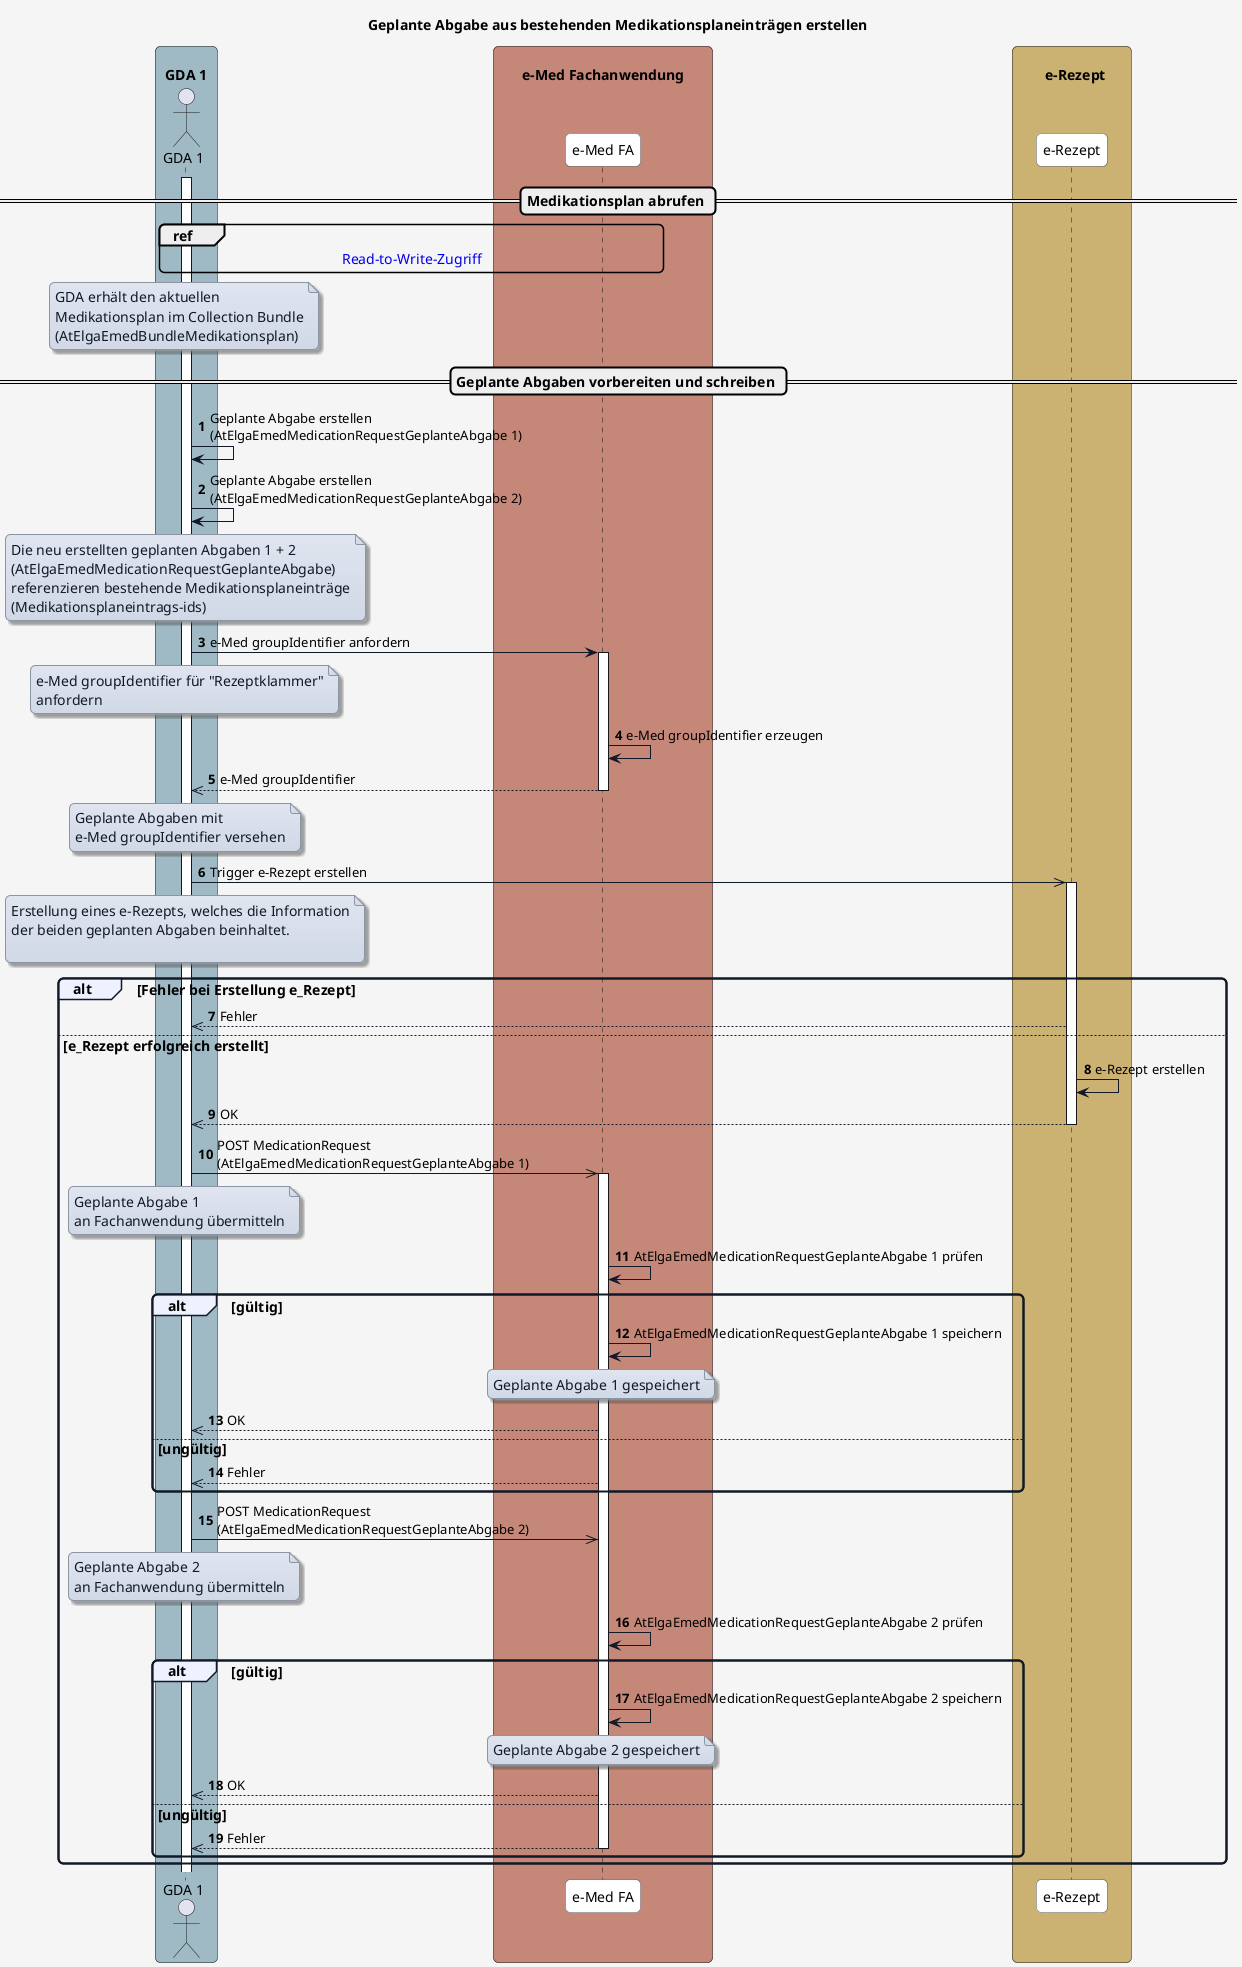
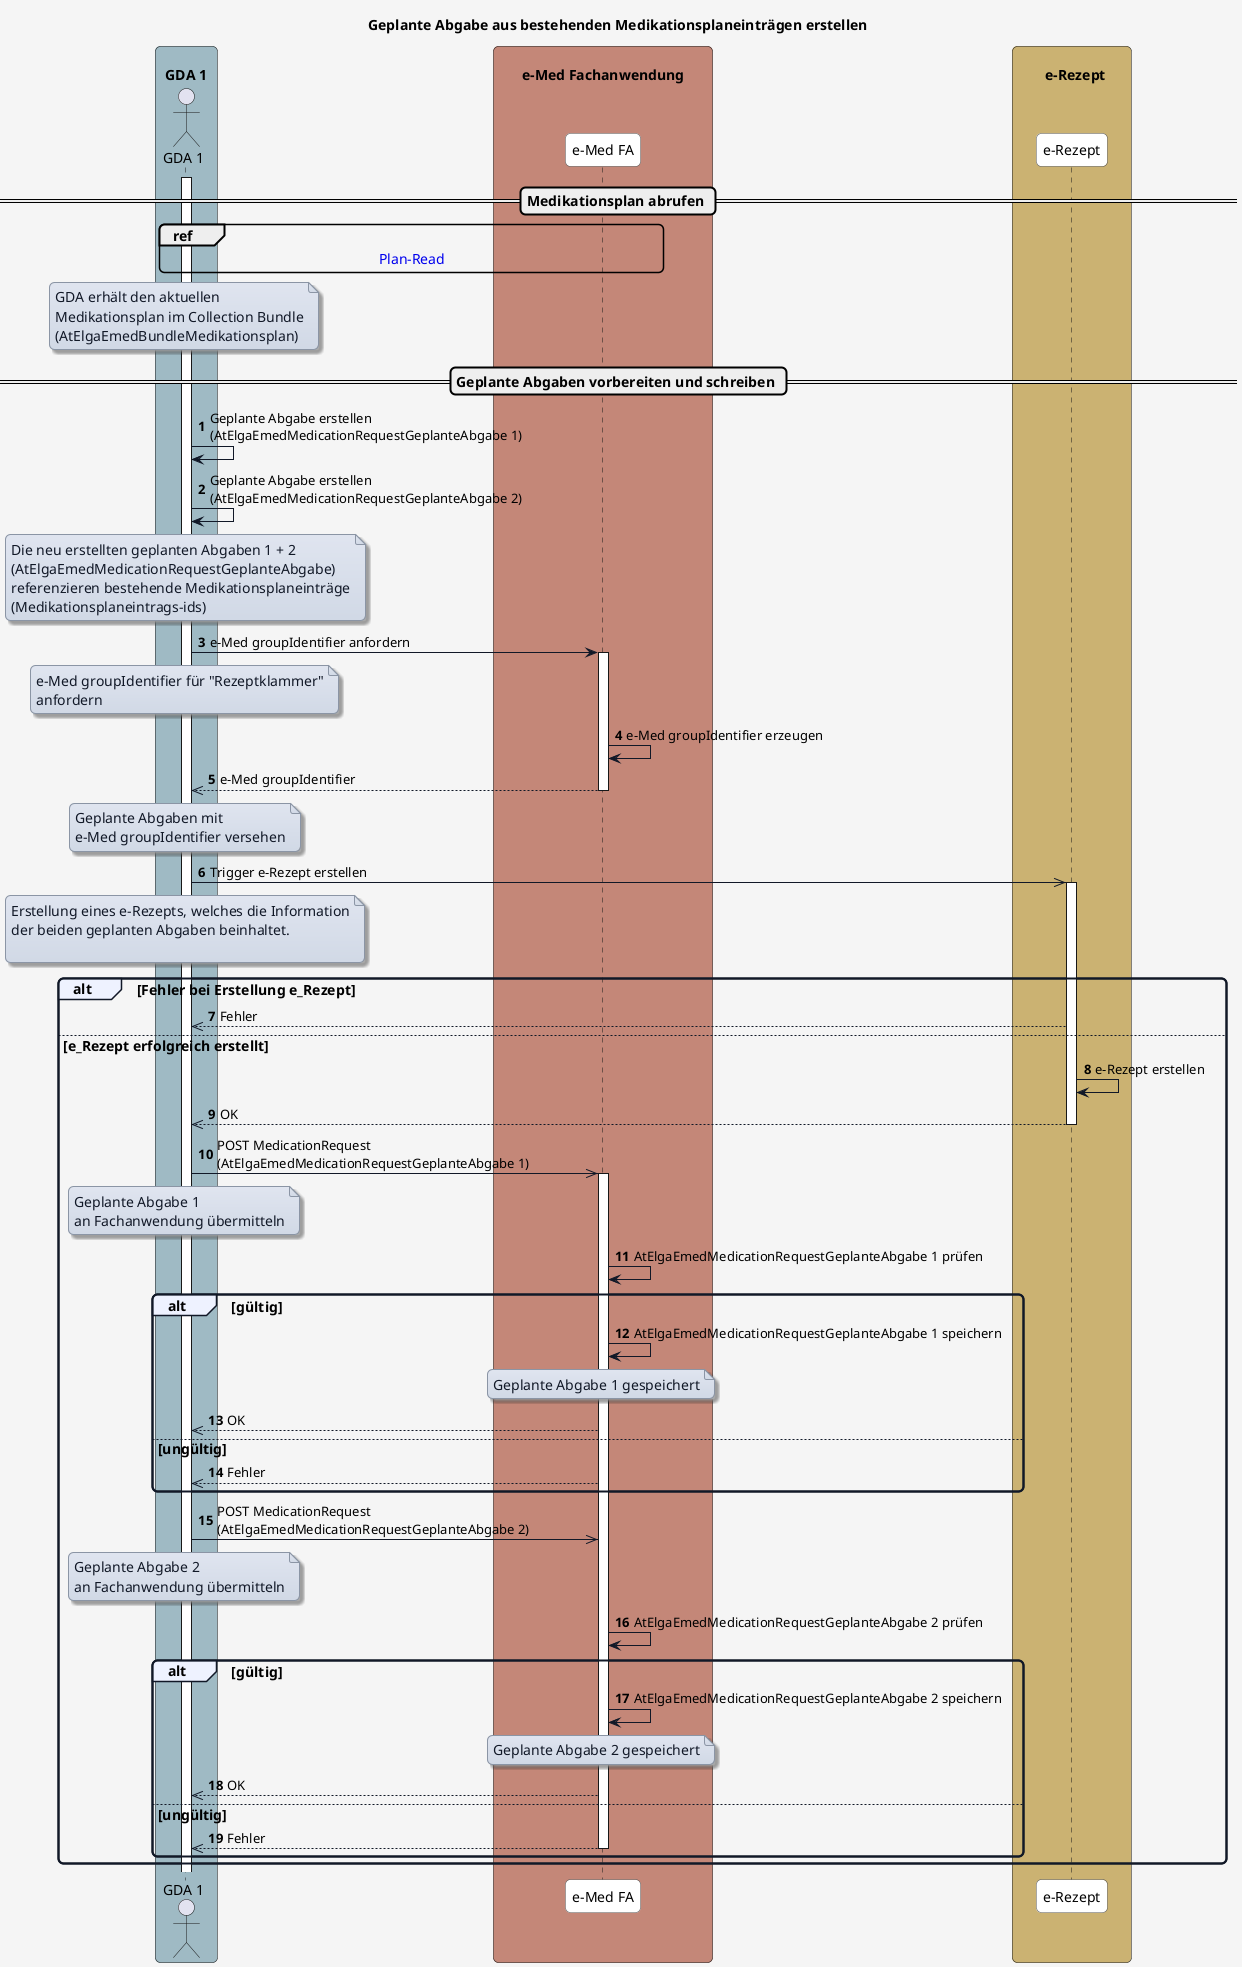
@startuml

title Geplante Abgabe aus bestehenden Medikationsplaneinträgen erstellen

skinparam borderColor #000000
skinparam backgroundColor #f5f5f5
skinparam shadowing false
skinparam roundCorner 10
skinparam defaultFontName "Arial"
skinparam defaultFontSize 14
skinparam defaultFontColor #000000

skinparam note {
  BackgroundColor #e0e5f0-#d1d9e6
  BorderColor #8b95a5
  BorderThickness 1
  RoundCorner 8
  Padding 6
  FontColor #111827
  Shadowing true
}

skinparam HyperlinkColor #0000EE
skinparam HyperlinkUnderline false

skinparam sequence {
  ParticipantBorderColor #555555
  ParticipantBackgroundColor #ffffff
  ParticipantFontColor #000000
  ParticipantFontSize 14
  ParticipantPadding 20
  ArrowColor #111827
  ArrowThickness 1
  ArrowFontColor #000000
  ArrowFontSize 13
  GroupBorderColor #111827
  GroupBackgroundColor #eef2ff
  GroupBorderThickness 2
}

skinparam BoxPadding 20
skinparam BoxBorderColor #555555

box "\n  GDA 1  " #9fbac4
  actor GDA_1 as "GDA 1"
end box

box "\n       e-Med Fachanwendung       " #C48778
  participant eMed_FA as "e-Med FA"
end box

box "\n    e-Rezept  " #cbb272
  participant e_Rezept as "e-Rezept"
end box

autonumber

== Medikationsplan abrufen ==

activate GDA_1

- ref over GDA_1, eMed_FA : [[interactions.html#sequenzdiagramm-read-to-write-zugriff Read-to-Write-Zugriff]]
+ ref over GDA_1, eMed_FA : [[interactions.html#sequenzdiagramm-plan-read Plan-Read]]

note over GDA_1
GDA erhält den aktuellen
Medikationsplan im Collection Bundle
(AtElgaEmedBundleMedikationsplan)
end note

== Geplante Abgaben vorbereiten und schreiben ==

GDA_1 -> GDA_1: Geplante Abgabe erstellen\n(AtElgaEmedMedicationRequestGeplanteAbgabe 1)
GDA_1 -> GDA_1: Geplante Abgabe erstellen\n(AtElgaEmedMedicationRequestGeplanteAbgabe 2)
note over GDA_1
Die neu erstellten geplanten Abgaben 1 + 2
(AtElgaEmedMedicationRequestGeplanteAbgabe)
referenzieren bestehende Medikationsplaneinträge
(Medikationsplaneintrags-ids)
end note


GDA_1 -> eMed_FA: e-Med groupIdentifier anfordern

note over GDA_1
e-Med groupIdentifier für "Rezeptklammer"
anfordern
end note

activate eMed_FA
eMed_FA -> eMed_FA: e-Med groupIdentifier erzeugen
eMed_FA -->> GDA_1: e-Med groupIdentifier
deactivate eMed_FA

note over GDA_1
Geplante Abgaben mit
e-Med groupIdentifier versehen
end note

GDA_1 ->> e_Rezept: Trigger e-Rezept erstellen
note over GDA_1
Erstellung eines e-Rezepts, welches die Information
der beiden geplanten Abgaben beinhaltet.

end note
activate e_Rezept

alt Fehler bei Erstellung e_Rezept

  e_Rezept -->> GDA_1: Fehler

else e_Rezept erfolgreich erstellt
  e_Rezept -> e_Rezept: e-Rezept erstellen
  e_Rezept -->> GDA_1: OK
  deactivate e_Rezept
  GDA_1 ->> eMed_FA: POST MedicationRequest\n(AtElgaEmedMedicationRequestGeplanteAbgabe 1)
  activate eMed_FA
  note over GDA_1
  Geplante Abgabe 1
  an Fachanwendung übermitteln
  end note


eMed_FA -> eMed_FA: AtElgaEmedMedicationRequestGeplanteAbgabe 1 prüfen
alt gültig
  eMed_FA -> eMed_FA: AtElgaEmedMedicationRequestGeplanteAbgabe 1 speichern

  note over eMed_FA
  Geplante Abgabe 1 gespeichert
  end note

  eMed_FA -->> GDA_1: OK
  else ungültig
    eMed_FA -->> GDA_1: Fehler
  end

  GDA_1 ->> eMed_FA: POST MedicationRequest\n(AtElgaEmedMedicationRequestGeplanteAbgabe 2)
  note over GDA_1
  Geplante Abgabe 2
  an Fachanwendung übermitteln
  end note

  eMed_FA -> eMed_FA: AtElgaEmedMedicationRequestGeplanteAbgabe 2 prüfen
  alt gültig
    eMed_FA -> eMed_FA: AtElgaEmedMedicationRequestGeplanteAbgabe 2 speichern

    note over eMed_FA
    Geplante Abgabe 2 gespeichert
    end note

    eMed_FA -->> GDA_1: OK
  else ungültig
    eMed_FA -->> GDA_1: Fehler
    deactivate eMed_FA
  end


end


@enduml